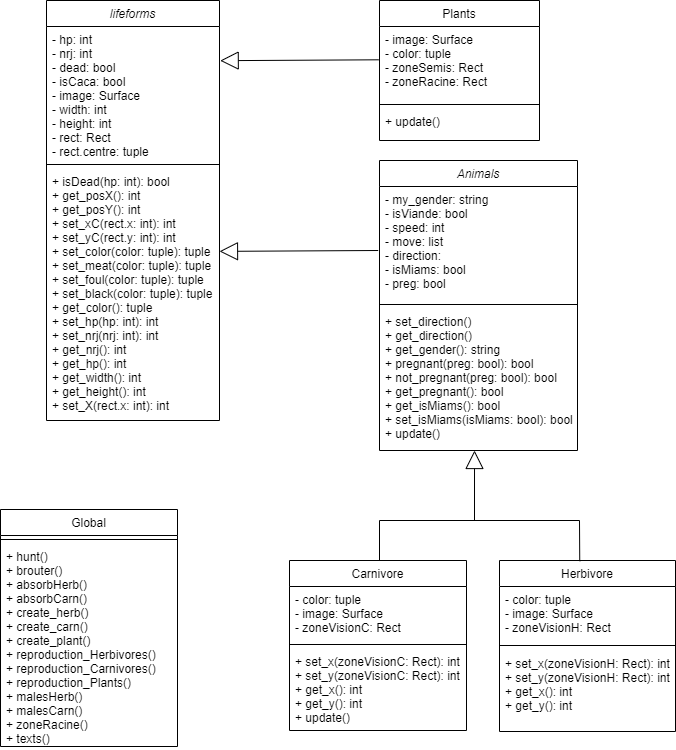
Above: Classes.png in yanakd/Ecosystem (draw.io), before the change. Source tidied: cells renumbered, new cells last; positions are measured from the earlier drawing's top-left corner, leaving out a move shared by most shapes. The source it was exported from:
```xml
<mxGraphModel>
  <root>
    <mxCell id="0" />
    <mxCell id="1" parent="0" />
    <mxCell id="2" value="lifeforms" style="swimlane;fontStyle=2;align=center;verticalAlign=top;horizontal=1;startSize=26;rounded=0;shadow=0;strokeWidth=1;" parent="1" vertex="1">
      <mxGeometry x="46" width="173" height="420" as="geometry" />
    </mxCell>
    <mxCell id="3" value="- hp: int&#10;- nrj: int&#10;- dead: bool&#10;- isCaca: bool&#10;- image: Surface&#10;- width: int&#10;- height: int&#10;- rect: Rect&#10;- rect.centre: tuple&#10;" style="text;align=left;verticalAlign=top;spacingLeft=4;spacingRight=4;overflow=hidden;points=[[0,0.5],[1,0.5]];portConstraint=eastwest;fontSize=12;strokeWidth=0;spacing=2;horizontal=1;" parent="2" vertex="1">
      <mxGeometry y="26" width="173" height="134" as="geometry" />
    </mxCell>
    <mxCell id="4" style="line;html=1;strokeWidth=1;align=left;verticalAlign=middle;spacingTop=-1;spacingLeft=3;spacingRight=3;labelPosition=right;" parent="2" vertex="1">
      <mxGeometry y="160" width="173" height="8" as="geometry" />
    </mxCell>
    <mxCell id="5" value="+ isDead(hp: int): bool&#10;+ get_posX(): int&#10;+ get_posY(): int&#10;+ set_xC(rect.x: int): int&#10;+ set_yC(rect.y: int): int&#10;+ set_color(color: tuple): tuple&#10;+ set_meat(color: tuple): tuple&#10;+ set_foul(color: tuple): tuple&#10;+ set_black(color: tuple): tuple&#10;+ get_color(): tuple&#10;+ set_hp(hp: int): int&#10;+ set_nrj(nrj: int): int&#10;+ get_nrj(): int&#10;+ get_hp(): int&#10;+ get_width(): int&#10;+ get_height(): int&#10;+ set_X(rect.x: int): int" style="text;align=left;verticalAlign=top;spacingLeft=4;spacingRight=4;overflow=hidden;" parent="2" vertex="1">
      <mxGeometry y="168" width="173" height="252" as="geometry" />
    </mxCell>
    <mxCell id="6" value="Carnivore" style="swimlane;fontStyle=0;align=center;verticalAlign=top;horizontal=1;startSize=26;rounded=0;shadow=0;strokeWidth=1;" parent="1" vertex="1">
      <mxGeometry x="289" y="560" width="177" height="170" as="geometry" />
    </mxCell>
    <mxCell id="7" value="- color: tuple&#10;- image: Surface&#10;- zoneVisionC: Rect" style="text;align=left;verticalAlign=top;spacingLeft=4;spacingRight=4;overflow=hidden;" parent="6" vertex="1">
      <mxGeometry y="26" width="177" height="54" as="geometry" />
    </mxCell>
    <mxCell id="8" style="line;html=1;strokeWidth=1;align=left;verticalAlign=middle;spacingTop=-1;spacingLeft=3;spacingRight=3;labelPosition=right;" parent="6" vertex="1">
      <mxGeometry y="80" width="177" height="8" as="geometry" />
    </mxCell>
    <mxCell id="9" value="+ set_x(zoneVisionC: Rect): int&#10;+ set_y(zoneVisionC: Rect): int&#10;+ get_x(): int&#10;+ get_y(): int&#10;+ update()" style="text;align=left;verticalAlign=top;spacingLeft=4;spacingRight=4;overflow=hidden;" parent="6" vertex="1">
      <mxGeometry y="88" width="177" height="82" as="geometry" />
    </mxCell>
    <mxCell id="10" value="Herbivore" style="swimlane;fontStyle=0;align=center;verticalAlign=top;horizontal=1;startSize=26;rounded=0;shadow=0;strokeWidth=1;" parent="1" vertex="1">
      <mxGeometry x="499" y="560" width="176" height="171" as="geometry" />
    </mxCell>
    <mxCell id="11" value="- color: tuple&#10;- image: Surface&#10;- zoneVisionH: Rect" style="text;align=left;verticalAlign=top;spacingLeft=4;spacingRight=4;overflow=hidden;" parent="10" vertex="1">
      <mxGeometry y="26" width="176" height="54" as="geometry" />
    </mxCell>
    <mxCell id="12" style="line;html=1;strokeWidth=1;align=left;verticalAlign=middle;spacingTop=-1;spacingLeft=3;spacingRight=3;labelPosition=right;" parent="10" vertex="1">
      <mxGeometry y="80" width="176" height="10" as="geometry" />
    </mxCell>
    <mxCell id="13" value="+ set_x(zoneVisionH: Rect): int&#10;+ set_y(zoneVisionH: Rect): int&#10;+ get_x(): int&#10;+ get_y(): int" style="text;align=left;verticalAlign=top;spacingLeft=4;spacingRight=4;overflow=hidden;" parent="10" vertex="1">
      <mxGeometry y="90" width="176" height="80" as="geometry" />
    </mxCell>
    <mxCell id="14" value="Plants" style="swimlane;fontStyle=0;align=center;verticalAlign=top;horizontal=1;startSize=26;rounded=0;shadow=0;strokeWidth=1;" parent="1" vertex="1">
      <mxGeometry x="379" width="160" height="140" as="geometry" />
    </mxCell>
    <mxCell id="15" value="- image: Surface&#10;- color: tuple&#10;- zoneSemis: Rect&#10;- zoneRacine: Rect&#10;" style="text;align=left;verticalAlign=top;spacingLeft=4;spacingRight=4;overflow=hidden;points=[[0,0.5],[1,0.5]];portConstraint=eastwest;" parent="14" vertex="1">
      <mxGeometry y="26" width="160" height="74" as="geometry" />
    </mxCell>
    <mxCell id="16" style="line;html=1;strokeWidth=1;align=left;verticalAlign=middle;spacingTop=-1;spacingLeft=3;spacingRight=3;labelPosition=right;" parent="14" vertex="1">
      <mxGeometry y="100" width="160" height="8" as="geometry" />
    </mxCell>
    <mxCell id="17" value="+ update()" style="text;align=left;verticalAlign=top;spacingLeft=4;spacingRight=4;overflow=hidden;" parent="14" vertex="1">
      <mxGeometry y="108" width="160" height="26" as="geometry" />
    </mxCell>
    <mxCell id="18" style="endArrow=block;endSize=16;endFill=0;html=1;rounded=0;fontSize=12;exitX=-0.004;exitY=0.45;exitDx=0;exitDy=0;entryX=1.004;entryY=0.255;entryDx=0;entryDy=0;entryPerimeter=0;exitPerimeter=0;" parent="1" edge="1" source="15" target="3">
      <mxGeometry relative="1" as="geometry" />
    </mxCell>
    <mxCell id="19" value="Animals" style="swimlane;fontStyle=2;align=center;verticalAlign=top;horizontal=1;startSize=26;rounded=0;shadow=0;strokeWidth=1;" parent="1" vertex="1">
      <mxGeometry x="379" y="160" width="198" height="290" as="geometry" />
    </mxCell>
    <mxCell id="20" value="- my_gender: string&#10;- isViande: bool&#10;- speed: int&#10;- move: list&#10;- direction: &#10;- isMiams: bool&#10;- preg: bool" style="text;align=left;verticalAlign=top;spacingLeft=4;spacingRight=4;overflow=hidden;points=[[0,0.5],[1,0.5]];portConstraint=eastwest;" parent="19" vertex="1">
      <mxGeometry y="26" width="198" height="114" as="geometry" />
    </mxCell>
    <mxCell id="21" style="line;html=1;strokeWidth=1;align=left;verticalAlign=middle;spacingTop=-1;spacingLeft=3;spacingRight=3;labelPosition=right;" parent="19" vertex="1">
      <mxGeometry y="140" width="198" height="8" as="geometry" />
    </mxCell>
    <mxCell id="22" value="+ set_direction()&#10;+ get_direction()&#10;+ get_gender(): string&#10;+ pregnant(preg: bool): bool&#10;+ not_pregnant(preg: bool): bool&#10;+ get_pregnant(): bool&#10;+ get_isMiams(): bool&#10;+ set_isMiams(isMiams: bool): bool&#10;+ update()" style="text;align=left;verticalAlign=top;spacingLeft=4;spacingRight=4;overflow=hidden;" parent="19" vertex="1">
      <mxGeometry y="148" width="198" height="142" as="geometry" />
    </mxCell>
    <mxCell id="23" style="endArrow=block;endSize=16;endFill=0;html=1;rounded=0;fontSize=12;exitX=-0.004;exitY=0.45;exitDx=0;exitDy=0;entryX=1.004;entryY=0.255;entryDx=0;entryDy=0;entryPerimeter=0;exitPerimeter=0;" parent="1" edge="1">
      <mxGeometry relative="1" as="geometry">
        <mxPoint x="377.7" y="250" as="sourcePoint" />
        <mxPoint x="219" y="250.9" as="targetPoint" />
      </mxGeometry>
    </mxCell>
    <mxCell id="24" style="endArrow=block;endSize=16;endFill=0;html=1;rounded=0;fontSize=12;edgeStyle=orthogonalEdgeStyle;exitX=0.529;exitY=0;exitDx=0;exitDy=0;exitPerimeter=0;strokeColor=#000000;" parent="1" edge="1" source="6">
      <mxGeometry relative="1" as="geometry">
        <mxPoint x="474" y="450" as="targetPoint" />
        <Array as="points">
          <mxPoint x="379" y="520" />
          <mxPoint x="474" y="520" />
        </Array>
      </mxGeometry>
    </mxCell>
    <mxCell id="25" style="endArrow=none;html=1;rounded=0;fontSize=12;strokeColor=#000000;exitX=0;exitY=0;exitDx=0;exitDy=0;exitPerimeter=0;" parent="1" edge="1">
      <mxGeometry relative="1" as="geometry">
        <mxPoint x="579.2" y="560.7" as="sourcePoint" />
        <mxPoint x="469" y="520" as="targetPoint" />
        <Array as="points">
          <mxPoint x="579" y="520" />
        </Array>
      </mxGeometry>
    </mxCell>
    <mxCell id="26" value="Global" style="swimlane;fontStyle=0;align=center;verticalAlign=top;horizontal=1;startSize=26;rounded=0;shadow=0;strokeWidth=1;" parent="1" vertex="1">
      <mxGeometry y="509" width="177" height="237" as="geometry" />
    </mxCell>
    <mxCell id="27" style="line;html=1;strokeWidth=1;align=left;verticalAlign=middle;spacingTop=-1;spacingLeft=3;spacingRight=3;labelPosition=right;" parent="26" vertex="1">
      <mxGeometry y="26" width="177" height="8" as="geometry" />
    </mxCell>
    <mxCell id="28" value="+ hunt()&#10;+ brouter()&#10;+ absorbHerb()&#10;+ absorbCarn()&#10;+ create_herb()&#10;+ create_carn()&#10;+ create_plant()&#10;+ reproduction_Herbivores()&#10;+ reproduction_Carnivores()&#10;+ reproduction_Plants()&#10;+ malesHerb()&#10;+ malesCarn()&#10;+ zoneRacine()&#10;+ texts()" style="text;align=left;verticalAlign=top;spacingLeft=4;spacingRight=4;overflow=hidden;points=[[0,0.5],[1,0.5]];portConstraint=eastwest;" parent="26" vertex="1">
      <mxGeometry y="34" width="177" height="203" as="geometry" />
    </mxCell>
  </root>
</mxGraphModel>
```
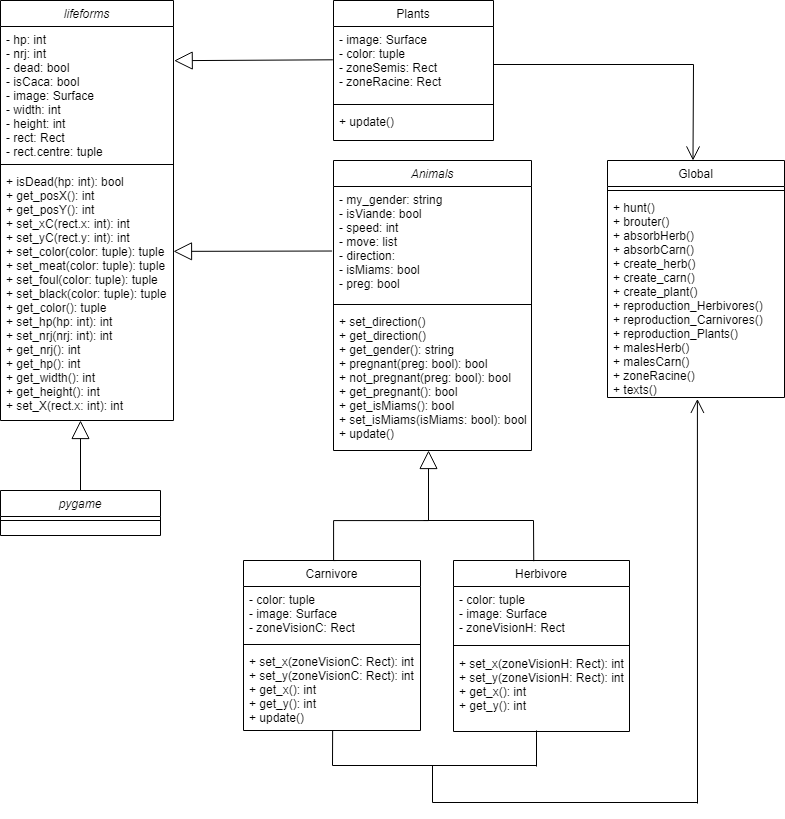
The same diagram one commit later.

The edit, as a diff of the source:
```diff
@@ -65,9 +65,8 @@
     <mxCell id="22" value="+ set_direction()&#10;+ get_direction()&#10;+ get_gender(): string&#10;+ pregnant(preg: bool): bool&#10;+ not_pregnant(preg: bool): bool&#10;+ get_pregnant(): bool&#10;+ get_isMiams(): bool&#10;+ set_isMiams(isMiams: bool): bool&#10;+ update()" style="text;align=left;verticalAlign=top;spacingLeft=4;spacingRight=4;overflow=hidden;" parent="19" vertex="1">
       <mxGeometry y="148" width="198" height="142" as="geometry" />
     </mxCell>
-    <mxCell id="23" style="endArrow=block;endSize=16;endFill=0;html=1;rounded=0;fontSize=12;exitX=-0.004;exitY=0.45;exitDx=0;exitDy=0;entryX=1.004;entryY=0.255;entryDx=0;entryDy=0;entryPerimeter=0;exitPerimeter=0;" parent="1" edge="1">
+    <mxCell id="23" style="endArrow=block;endSize=16;endFill=0;html=1;rounded=0;fontSize=12;exitX=-0.007;exitY=0.566;exitDx=0;exitDy=0;entryX=1.004;entryY=0.255;entryDx=0;entryDy=0;entryPerimeter=0;exitPerimeter=0;" parent="1" edge="1" source="20">
       <mxGeometry relative="1" as="geometry">
-        <mxPoint x="377.7" y="250" as="sourcePoint" />
         <mxPoint x="219" y="250.9" as="targetPoint" />
       </mxGeometry>
     </mxCell>
@@ -90,7 +89,7 @@
       </mxGeometry>
     </mxCell>
     <mxCell id="26" value="Global" style="swimlane;fontStyle=0;align=center;verticalAlign=top;horizontal=1;startSize=26;rounded=0;shadow=0;strokeWidth=1;" parent="1" vertex="1">
-      <mxGeometry y="509" width="177" height="237" as="geometry" />
+      <mxGeometry x="653" y="160" width="177" height="237" as="geometry" />
     </mxCell>
     <mxCell id="27" style="line;html=1;strokeWidth=1;align=left;verticalAlign=middle;spacingTop=-1;spacingLeft=3;spacingRight=3;labelPosition=right;" parent="26" vertex="1">
       <mxGeometry y="26" width="177" height="8" as="geometry" />
@@ -98,5 +97,63 @@
     <mxCell id="28" value="+ hunt()&#10;+ brouter()&#10;+ absorbHerb()&#10;+ absorbCarn()&#10;+ create_herb()&#10;+ create_carn()&#10;+ create_plant()&#10;+ reproduction_Herbivores()&#10;+ reproduction_Carnivores()&#10;+ reproduction_Plants()&#10;+ malesHerb()&#10;+ malesCarn()&#10;+ zoneRacine()&#10;+ texts()" style="text;align=left;verticalAlign=top;spacingLeft=4;spacingRight=4;overflow=hidden;points=[[0,0.5],[1,0.5]];portConstraint=eastwest;" parent="26" vertex="1">
       <mxGeometry y="34" width="177" height="203" as="geometry" />
     </mxCell>
+    <mxCell id="29" style="endArrow=open;endFill=1;endSize=12;html=1;rounded=0;entryX=0.5;entryY=0;entryDx=0;entryDy=0;" parent="1" edge="1">
+      <mxGeometry relative="1" as="geometry">
+        <mxPoint x="739" y="64" as="sourcePoint" />
+        <mxPoint x="738.5" y="160" as="targetPoint" />
+      </mxGeometry>
+    </mxCell>
+    <mxCell id="30" style="endArrow=none;html=1;rounded=0;exitX=1;exitY=0.5;exitDx=0;exitDy=0;" parent="1" edge="1">
+      <mxGeometry relative="1" as="geometry">
+        <mxPoint x="539" y="64" as="sourcePoint" />
+        <mxPoint x="739" y="64" as="targetPoint" />
+      </mxGeometry>
+    </mxCell>
+    <mxCell id="31" style="endArrow=open;endFill=1;endSize=12;html=1;rounded=0;entryX=0.508;entryY=1.007;entryDx=0;entryDy=0;entryPerimeter=0;" parent="1" edge="1" target="28">
+      <mxGeometry relative="1" as="geometry">
+        <mxPoint x="743" y="803" as="sourcePoint" />
+      </mxGeometry>
+    </mxCell>
+    <mxCell id="32" style="endArrow=none;html=1;rounded=0;" parent="1" edge="1">
+      <mxGeometry relative="1" as="geometry">
+        <mxPoint x="378" y="765" as="sourcePoint" />
+        <mxPoint x="378.1" y="730" as="targetPoint" />
+      </mxGeometry>
+    </mxCell>
+    <mxCell id="33" style="endArrow=none;html=1;rounded=0;" parent="1" edge="1">
+      <mxGeometry relative="1" as="geometry">
+        <mxPoint x="582" y="766" as="sourcePoint" />
+        <mxPoint x="582" y="730" as="targetPoint" />
+      </mxGeometry>
+    </mxCell>
+    <mxCell id="34" style="endArrow=none;html=1;rounded=0;" parent="1" edge="1">
+      <mxGeometry relative="1" as="geometry">
+        <mxPoint x="378" y="765" as="sourcePoint" />
+        <mxPoint x="582" y="765" as="targetPoint" />
+      </mxGeometry>
+    </mxCell>
+    <mxCell id="35" style="endArrow=none;html=1;rounded=0;" parent="1" edge="1">
+      <mxGeometry relative="1" as="geometry">
+        <mxPoint x="478" y="802" as="sourcePoint" />
+        <mxPoint x="478" y="765" as="targetPoint" />
+      </mxGeometry>
+    </mxCell>
+    <mxCell id="36" style="endArrow=none;html=1;rounded=0;" parent="1" edge="1">
+      <mxGeometry relative="1" as="geometry">
+        <mxPoint x="478" y="802" as="sourcePoint" />
+        <mxPoint x="743" y="802" as="targetPoint" />
+      </mxGeometry>
+    </mxCell>
+    <mxCell id="37" value="pygame" style="swimlane;fontStyle=2;align=center;verticalAlign=top;horizontal=1;startSize=26;rounded=0;shadow=0;strokeWidth=1;" parent="1" vertex="1">
+      <mxGeometry x="46" y="490" width="160" height="45" as="geometry" />
+    </mxCell>
+    <mxCell id="38" style="line;html=1;strokeWidth=1;align=left;verticalAlign=middle;spacingTop=-1;spacingLeft=3;spacingRight=3;labelPosition=right;" parent="37" vertex="1">
+      <mxGeometry y="26" width="160" height="8" as="geometry" />
+    </mxCell>
+    <mxCell id="39" style="endArrow=block;endSize=16;endFill=0;html=1;rounded=0;fontSize=12;entryX=1.004;entryY=0.255;entryDx=0;entryDy=0;entryPerimeter=0;exitX=0.5;exitY=0;exitDx=0;exitDy=0;" parent="1" edge="1" source="37">
+      <mxGeometry relative="1" as="geometry">
+        <mxPoint x="126" y="420" as="targetPoint" />
+      </mxGeometry>
+    </mxCell>
   </root>
 </mxGraphModel>
```
